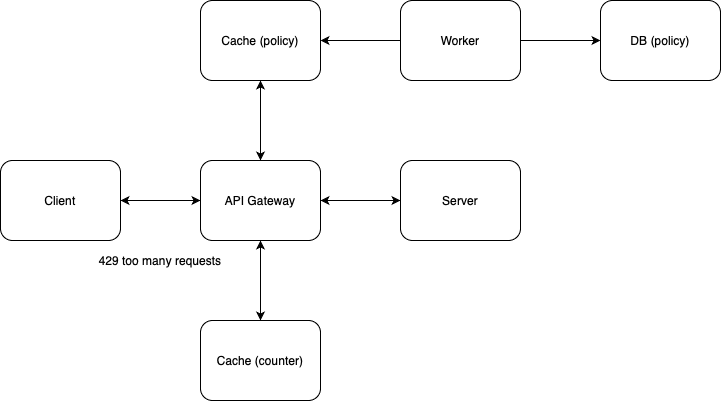
Above: software-engineering/image/system-design-0/instagram-10.png in riehseun/riehseun.github.io (draw.io), before the change. Source tidied: cells renumbered, new cells last; positions are measured from the earlier drawing's top-left corner, leaving out a move shared by most shapes. Its diagram source:
```xml
<mxGraphModel>
  <root>
    <mxCell id="0" />
    <mxCell id="1" parent="0" />
    <mxCell id="2" style="edgeStyle=orthogonalEdgeStyle;rounded=0;jettySize=auto;html=1;exitX=0.5;exitY=1;exitDx=0;exitDy=0;entryX=0.5;entryY=0;entryDx=0;entryDy=0;" parent="1" edge="1" source="6" target="8">
      <mxGeometry relative="1" as="geometry" />
    </mxCell>
    <mxCell id="3" style="edgeStyle=orthogonalEdgeStyle;rounded=0;jettySize=auto;html=1;exitX=0.5;exitY=0;exitDx=0;exitDy=0;entryX=0.5;entryY=1;entryDx=0;entryDy=0;" parent="1" edge="1" source="6" target="10">
      <mxGeometry relative="1" as="geometry" />
    </mxCell>
    <mxCell id="4" style="edgeStyle=orthogonalEdgeStyle;rounded=0;jettySize=auto;html=1;exitX=0;exitY=0.5;exitDx=0;exitDy=0;entryX=1;entryY=0.5;entryDx=0;entryDy=0;" parent="1" edge="1" source="6" target="16">
      <mxGeometry relative="1" as="geometry" />
    </mxCell>
    <mxCell id="5" style="edgeStyle=orthogonalEdgeStyle;rounded=0;jettySize=auto;html=1;exitX=1;exitY=0.5;exitDx=0;exitDy=0;" parent="1" edge="1" source="6" target="18">
      <mxGeometry relative="1" as="geometry" />
    </mxCell>
    <mxCell id="6" value="API Gateway" style="rounded=1;whiteSpace=wrap;html=1;" parent="1" vertex="1">
      <mxGeometry x="200" y="160" width="120" height="80" as="geometry" />
    </mxCell>
    <mxCell id="7" style="edgeStyle=orthogonalEdgeStyle;rounded=0;jettySize=auto;html=1;exitX=0.5;exitY=0;exitDx=0;exitDy=0;entryX=0.5;entryY=1;entryDx=0;entryDy=0;" parent="1" edge="1" source="8" target="6">
      <mxGeometry relative="1" as="geometry" />
    </mxCell>
    <mxCell id="8" value="Cache (counter)" style="rounded=1;whiteSpace=wrap;html=1;" parent="1" vertex="1">
      <mxGeometry x="200" y="320" width="120" height="80" as="geometry" />
    </mxCell>
    <mxCell id="9" style="edgeStyle=orthogonalEdgeStyle;rounded=0;jettySize=auto;html=1;exitX=0.5;exitY=1;exitDx=0;exitDy=0;entryX=0.5;entryY=0;entryDx=0;entryDy=0;" parent="1" edge="1" source="10" target="6">
      <mxGeometry relative="1" as="geometry" />
    </mxCell>
    <mxCell id="10" value="Cache (policy)" style="rounded=1;whiteSpace=wrap;html=1;" parent="1" vertex="1">
      <mxGeometry x="200" width="120" height="80" as="geometry" />
    </mxCell>
    <mxCell id="11" style="edgeStyle=orthogonalEdgeStyle;rounded=0;jettySize=auto;html=1;exitX=1;exitY=0.5;exitDx=0;exitDy=0;entryX=0;entryY=0.5;entryDx=0;entryDy=0;" parent="1" edge="1" source="13" target="14">
      <mxGeometry relative="1" as="geometry" />
    </mxCell>
    <mxCell id="12" style="edgeStyle=orthogonalEdgeStyle;rounded=0;jettySize=auto;html=1;exitX=0;exitY=0.5;exitDx=0;exitDy=0;entryX=1;entryY=0.5;entryDx=0;entryDy=0;" parent="1" edge="1" source="13" target="10">
      <mxGeometry relative="1" as="geometry" />
    </mxCell>
    <mxCell id="13" value="Worker" style="rounded=1;whiteSpace=wrap;html=1;" parent="1" vertex="1">
      <mxGeometry x="400" width="120" height="80" as="geometry" />
    </mxCell>
    <mxCell id="14" value="DB (policy)" style="rounded=1;whiteSpace=wrap;html=1;" parent="1" vertex="1">
      <mxGeometry x="600" width="120" height="80" as="geometry" />
    </mxCell>
    <mxCell id="15" style="edgeStyle=orthogonalEdgeStyle;rounded=0;jettySize=auto;html=1;exitX=1;exitY=0.5;exitDx=0;exitDy=0;entryX=0;entryY=0.5;entryDx=0;entryDy=0;" parent="1" edge="1" source="16" target="6">
      <mxGeometry relative="1" as="geometry" />
    </mxCell>
    <mxCell id="16" value="Client" style="rounded=1;whiteSpace=wrap;html=1;" parent="1" vertex="1">
      <mxGeometry y="160" width="120" height="80" as="geometry" />
    </mxCell>
    <mxCell id="17" style="edgeStyle=orthogonalEdgeStyle;rounded=0;jettySize=auto;html=1;exitX=0;exitY=0.5;exitDx=0;exitDy=0;entryX=1;entryY=0.5;entryDx=0;entryDy=0;" parent="1" edge="1" source="18" target="6">
      <mxGeometry relative="1" as="geometry" />
    </mxCell>
    <mxCell id="18" value="Server" style="rounded=1;whiteSpace=wrap;html=1;" parent="1" vertex="1">
      <mxGeometry x="400" y="160" width="120" height="80" as="geometry" />
    </mxCell>
    <mxCell id="19" value="429 too many requests" style="text;html=1;align=center;verticalAlign=middle;whiteSpace=wrap;rounded=0;" parent="1" vertex="1">
      <mxGeometry x="80" y="240" width="160" height="40" as="geometry" />
    </mxCell>
  </root>
</mxGraphModel>
```
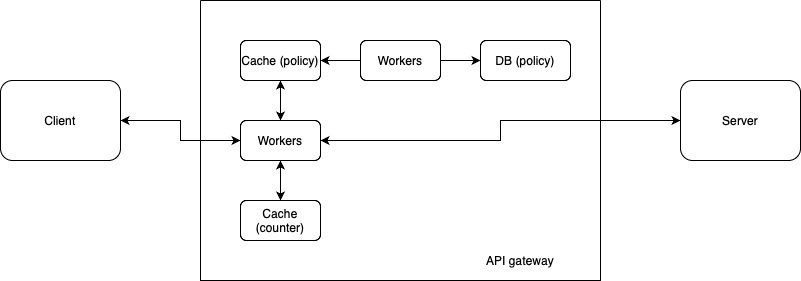
Later version of the same file.

What changed in the source:
```diff
@@ -8,26 +8,26 @@
     <mxCell id="3" style="edgeStyle=orthogonalEdgeStyle;rounded=0;jettySize=auto;html=1;exitX=0.5;exitY=0;exitDx=0;exitDy=0;entryX=0.5;entryY=1;entryDx=0;entryDy=0;" parent="1" edge="1" source="6" target="10">
       <mxGeometry relative="1" as="geometry" />
     </mxCell>
+    <mxCell id="5" style="edgeStyle=orthogonalEdgeStyle;rounded=0;jettySize=auto;html=1;exitX=1;exitY=0.5;exitDx=0;exitDy=0;entryX=0;entryY=0.5;entryDx=0;entryDy=0;" parent="1" edge="1" source="6" target="18">
+      <mxGeometry relative="1" as="geometry" />
+    </mxCell>
     <mxCell id="4" style="edgeStyle=orthogonalEdgeStyle;rounded=0;jettySize=auto;html=1;exitX=0;exitY=0.5;exitDx=0;exitDy=0;entryX=1;entryY=0.5;entryDx=0;entryDy=0;" parent="1" edge="1" source="6" target="16">
       <mxGeometry relative="1" as="geometry" />
     </mxCell>
-    <mxCell id="5" style="edgeStyle=orthogonalEdgeStyle;rounded=0;jettySize=auto;html=1;exitX=1;exitY=0.5;exitDx=0;exitDy=0;" parent="1" edge="1" source="6" target="18">
-      <mxGeometry relative="1" as="geometry" />
-    </mxCell>
-    <mxCell id="6" value="API Gateway" style="rounded=1;whiteSpace=wrap;html=1;" parent="1" vertex="1">
-      <mxGeometry x="200" y="160" width="120" height="80" as="geometry" />
+    <mxCell id="6" value="Workers" style="rounded=1;whiteSpace=wrap;html=1;" parent="1" vertex="1">
+      <mxGeometry x="240" y="160" width="80" height="40" as="geometry" />
     </mxCell>
     <mxCell id="7" style="edgeStyle=orthogonalEdgeStyle;rounded=0;jettySize=auto;html=1;exitX=0.5;exitY=0;exitDx=0;exitDy=0;entryX=0.5;entryY=1;entryDx=0;entryDy=0;" parent="1" edge="1" source="8" target="6">
       <mxGeometry relative="1" as="geometry" />
     </mxCell>
     <mxCell id="8" value="Cache (counter)" style="rounded=1;whiteSpace=wrap;html=1;" parent="1" vertex="1">
-      <mxGeometry x="200" y="320" width="120" height="80" as="geometry" />
+      <mxGeometry x="240" y="240" width="80" height="40" as="geometry" />
     </mxCell>
     <mxCell id="9" style="edgeStyle=orthogonalEdgeStyle;rounded=0;jettySize=auto;html=1;exitX=0.5;exitY=1;exitDx=0;exitDy=0;entryX=0.5;entryY=0;entryDx=0;entryDy=0;" parent="1" edge="1" source="10" target="6">
       <mxGeometry relative="1" as="geometry" />
     </mxCell>
     <mxCell id="10" value="Cache (policy)" style="rounded=1;whiteSpace=wrap;html=1;" parent="1" vertex="1">
-      <mxGeometry x="200" width="120" height="80" as="geometry" />
+      <mxGeometry x="240" y="80" width="80" height="40" as="geometry" />
     </mxCell>
     <mxCell id="11" style="edgeStyle=orthogonalEdgeStyle;rounded=0;jettySize=auto;html=1;exitX=1;exitY=0.5;exitDx=0;exitDy=0;entryX=0;entryY=0.5;entryDx=0;entryDy=0;" parent="1" edge="1" source="13" target="14">
       <mxGeometry relative="1" as="geometry" />
@@ -35,26 +35,29 @@
     <mxCell id="12" style="edgeStyle=orthogonalEdgeStyle;rounded=0;jettySize=auto;html=1;exitX=0;exitY=0.5;exitDx=0;exitDy=0;entryX=1;entryY=0.5;entryDx=0;entryDy=0;" parent="1" edge="1" source="13" target="10">
       <mxGeometry relative="1" as="geometry" />
     </mxCell>
-    <mxCell id="13" value="Worker" style="rounded=1;whiteSpace=wrap;html=1;" parent="1" vertex="1">
-      <mxGeometry x="400" width="120" height="80" as="geometry" />
+    <mxCell id="13" value="Workers" style="rounded=1;whiteSpace=wrap;html=1;" parent="1" vertex="1">
+      <mxGeometry x="360" y="80" width="80" height="40" as="geometry" />
     </mxCell>
     <mxCell id="14" value="DB (policy)" style="rounded=1;whiteSpace=wrap;html=1;" parent="1" vertex="1">
-      <mxGeometry x="600" width="120" height="80" as="geometry" />
+      <mxGeometry x="480" y="80" width="90" height="40" as="geometry" />
     </mxCell>
     <mxCell id="15" style="edgeStyle=orthogonalEdgeStyle;rounded=0;jettySize=auto;html=1;exitX=1;exitY=0.5;exitDx=0;exitDy=0;entryX=0;entryY=0.5;entryDx=0;entryDy=0;" parent="1" edge="1" source="16" target="6">
       <mxGeometry relative="1" as="geometry" />
     </mxCell>
     <mxCell id="16" value="Client" style="rounded=1;whiteSpace=wrap;html=1;" parent="1" vertex="1">
-      <mxGeometry y="160" width="120" height="80" as="geometry" />
+      <mxGeometry y="120" width="120" height="80" as="geometry" />
     </mxCell>
     <mxCell id="17" style="edgeStyle=orthogonalEdgeStyle;rounded=0;jettySize=auto;html=1;exitX=0;exitY=0.5;exitDx=0;exitDy=0;entryX=1;entryY=0.5;entryDx=0;entryDy=0;" parent="1" edge="1" source="18" target="6">
       <mxGeometry relative="1" as="geometry" />
     </mxCell>
     <mxCell id="18" value="Server" style="rounded=1;whiteSpace=wrap;html=1;" parent="1" vertex="1">
-      <mxGeometry x="400" y="160" width="120" height="80" as="geometry" />
+      <mxGeometry x="680" y="120" width="120" height="80" as="geometry" />
     </mxCell>
-    <mxCell id="19" value="429 too many requests" style="text;html=1;align=center;verticalAlign=middle;whiteSpace=wrap;rounded=0;" parent="1" vertex="1">
-      <mxGeometry x="80" y="240" width="160" height="40" as="geometry" />
-    </mxCell>
+    <mxCell id="20" style="swimlane;startSize=0;" parent="1" vertex="1">
+      <mxGeometry x="200" y="40" width="400" height="280" as="geometry" />
+    </mxCell>
+    <mxCell id="21" value="API gateway" style="text;html=1;align=center;verticalAlign=middle;whiteSpace=wrap;rounded=0;" parent="20" vertex="1">
+      <mxGeometry x="240" y="240" width="160" height="40" as="geometry" />
+    </mxCell>
   </root>
 </mxGraphModel>
```
